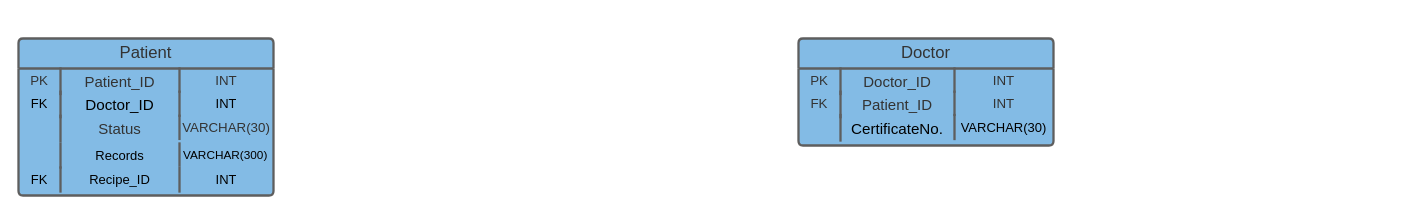
The draw.io diagram Untitled Diagram.drawio in HostVital-IoT/BackEnd, before the edit. Source tidied: cells renumbered, new cells numbered last; positions are measured from the earlier drawing's top-left corner, leaving out a move shared by most shapes. Both pictures are drawn from the tidied source at 100%, with x=0, y=0 at pixel (18, 38).
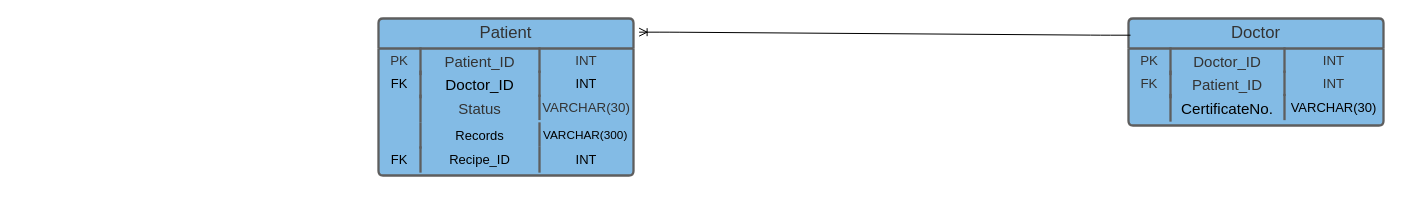
After the change.

Diff of the diagram source:
```diff
@@
     <mxCell id="2" value="Patient" style="html=1;overflow=block;blockSpacing=1;whiteSpace=wrap;swimlane;fontStyle=0;swimlaneFillColor=#83bbe5;startSize=30;whiteSpace=wrap;fontSize=16.7;fontColor=#333333;align=center;fillColor=#83bbe5;whiteSpace=wrap;spacing=0;strokeColor=#5e5e5e;strokeOpacity=100;fillOpacity=100;rounded=1;absoluteArcSize=1;arcSize=9;strokeWidth=2.3;" parent="1" vertex="1">
-      <mxGeometry width="255" height="157" as="geometry" />
+      <mxGeometry x="360" y="-20" width="255" height="157" as="geometry" />
     </mxCell>
@@
     <mxCell id="18" value="Doctor" style="html=1;overflow=block;blockSpacing=1;whiteSpace=wrap;swimlane;fontStyle=0;swimlaneFillColor=#83bbe5;startSize=30;whiteSpace=wrap;fontSize=16.7;fontColor=#333333;align=center;fillColor=#83bbe5;whiteSpace=wrap;spacing=0;strokeColor=#5e5e5e;strokeOpacity=100;fillOpacity=100;rounded=1;absoluteArcSize=1;arcSize=9;strokeWidth=2.3;" parent="1" vertex="1">
-      <mxGeometry x="780" width="255" height="107" as="geometry" />
+      <mxGeometry x="1110" y="-20" width="255" height="107" as="geometry" />
     </mxCell>
@@
+    <mxCell id="28" style="edgeStyle=entityRelationEdgeStyle;fontSize=12;html=1;endArrow=ERoneToMany;entryX=1.022;entryY=0.087;entryDx=0;entryDy=0;exitX=0.008;exitY=0.156;exitDx=0;exitDy=0;entryPerimeter=0;exitPerimeter=0;" parent="1" edge="1" source="18" target="2">
+      <mxGeometry relative="1" as="geometry" />
+    </mxCell>
```
